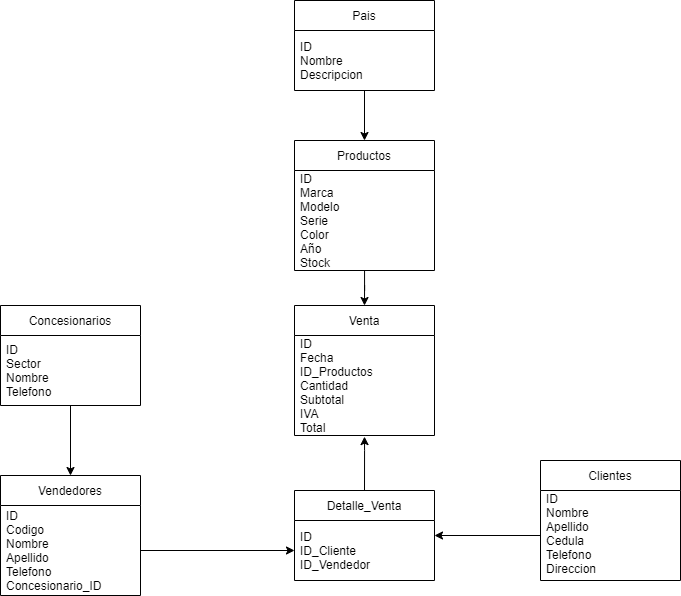
The draw.io diagram Venta.drawio.png in DxBaxterLu/Ventas, before a commit. Source tidied: cells renumbered, new cells last; positions are measured from the earlier drawing's top-left corner, leaving out a move shared by most shapes.
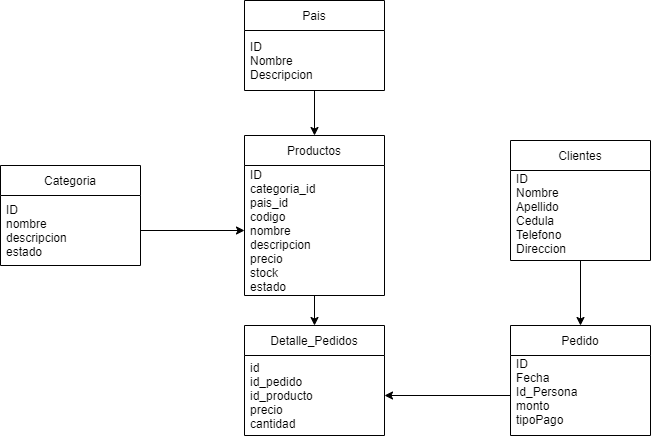
The same diagram one commit later.

Change to the diagram source:
```diff
@@ -11,61 +11,47 @@
     <mxCell id="4" value="ID&#10;Nombre&#10;Descripcion" style="text;strokeColor=none;fillColor=none;align=left;verticalAlign=middle;spacingLeft=4;spacingRight=4;overflow=hidden;" parent="3" vertex="1">
       <mxGeometry y="30" width="140" height="60" as="geometry" />
     </mxCell>
-    <mxCell id="5" style="edgeStyle=orthogonalEdgeStyle;rounded=0;jettySize=auto;html=1;entryX=0.5;entryY=0;entryDx=0;entryDy=0;" parent="1" edge="1" source="6" target="13">
-      <mxGeometry relative="1" as="geometry" />
-    </mxCell>
-    <mxCell id="6" value="Concesionarios" style="swimlane;fontStyle=0;horizontal=1;startSize=30;" parent="1" vertex="1">
-      <mxGeometry y="305" width="140" height="100" as="geometry" />
+    <mxCell id="6" value="Categoria" style="swimlane;fontStyle=0;horizontal=1;startSize=30;" parent="1" vertex="1">
+      <mxGeometry x="50" y="165" width="140" height="100" as="geometry" />
     </mxCell>
-    <mxCell id="7" value="ID&#10;Sector&#10;Nombre&#10;Telefono" style="text;strokeColor=none;fillColor=none;align=left;verticalAlign=middle;spacingLeft=4;spacingRight=4;overflow=hidden;points=[[0,0.5],[1,0.5]];portConstraint=eastwest;" parent="6" vertex="1">
+    <mxCell id="7" value="ID&#10;nombre&#10;descripcion&#10;estado" style="text;strokeColor=none;fillColor=none;align=left;verticalAlign=middle;spacingLeft=4;spacingRight=4;overflow=hidden;points=[[0,0.5],[1,0.5]];portConstraint=eastwest;" parent="6" vertex="1">
       <mxGeometry y="30" width="140" height="70" as="geometry" />
     </mxCell>
+    <mxCell id="22" style="edgeStyle=orthogonalEdgeStyle;rounded=0;jettySize=auto;html=1;entryX=0.5;entryY=0;entryDx=0;entryDy=0;" parent="1" edge="1" source="8" target="18">
+      <mxGeometry relative="1" as="geometry" />
+    </mxCell>
     <mxCell id="8" value="Clientes" style="swimlane;fontStyle=0;horizontal=1;startSize=30;" parent="1" vertex="1">
-      <mxGeometry x="540" y="460" width="140" height="120" as="geometry" />
+      <mxGeometry x="560" y="140" width="140" height="120" as="geometry" />
     </mxCell>
     <mxCell id="9" value="ID&#10;Nombre&#10;Apellido&#10;Cedula&#10;Telefono&#10;Direccion&#10;" style="text;strokeColor=none;fillColor=none;align=left;verticalAlign=middle;spacingLeft=4;spacingRight=4;overflow=hidden;points=[[0,0.5],[1,0.5]];portConstraint=eastwest;" parent="8" vertex="1">
       <mxGeometry y="30" width="140" height="90" as="geometry" />
     </mxCell>
-    <mxCell id="10" style="edgeStyle=orthogonalEdgeStyle;rounded=0;jettySize=auto;html=1;entryX=0.5;entryY=0;entryDx=0;entryDy=0;" parent="1" edge="1" source="11" target="18">
-      <mxGeometry relative="1" as="geometry" />
-    </mxCell>
+    <mxCell id="23" style="edgeStyle=orthogonalEdgeStyle;rounded=0;jettySize=auto;html=1;" parent="1" edge="1" source="11" target="16">
+      <mxGeometry relative="1" as="geometry" />
+    </mxCell>
     <mxCell id="11" value="Productos" style="swimlane;fontStyle=0;horizontal=1;startSize=30;" parent="1" vertex="1">
-      <mxGeometry x="294" y="140" width="140" height="130" as="geometry" />
+      <mxGeometry x="294" y="135" width="140" height="160" as="geometry" />
     </mxCell>
-    <mxCell id="12" value="ID&#10;Marca&#10;Modelo&#10;Serie&#10;Color&#10;Año&#10;Stock" style="text;strokeColor=none;fillColor=none;align=left;verticalAlign=middle;spacingLeft=4;spacingRight=4;overflow=hidden;points=[[0,0.5],[1,0.5]];portConstraint=eastwest;" parent="11" vertex="1">
-      <mxGeometry y="30" width="140" height="100" as="geometry" />
+    <mxCell id="12" value="ID&#10;categoria_id&#10;pais_id&#10;codigo&#10;nombre&#10;descripcion&#10;precio&#10;stock&#10;estado" style="text;strokeColor=none;fillColor=none;align=left;verticalAlign=middle;spacingLeft=4;spacingRight=4;overflow=hidden;points=[[0,0.5],[1,0.5]];portConstraint=eastwest;" parent="11" vertex="1">
+      <mxGeometry y="30" width="140" height="130" as="geometry" />
     </mxCell>
-    <mxCell id="13" value="Vendedores" style="swimlane;fontStyle=0;horizontal=1;startSize=30;" parent="1" vertex="1">
-      <mxGeometry y="475" width="140" height="120" as="geometry" />
-    </mxCell>
-    <mxCell id="14" value="ID&#10;Codigo&#10;Nombre&#10;Apellido&#10;Telefono&#10;Concesionario_ID" style="text;strokeColor=none;fillColor=none;align=left;verticalAlign=middle;spacingLeft=4;spacingRight=4;overflow=hidden;points=[[0,0.5],[1,0.5]];portConstraint=eastwest;" parent="13" vertex="1">
-      <mxGeometry y="30" width="140" height="90" as="geometry" />
-    </mxCell>
-    <mxCell id="15" style="edgeStyle=orthogonalEdgeStyle;rounded=0;jettySize=auto;html=1;exitX=0.5;exitY=0;exitDx=0;exitDy=0;entryX=0.5;entryY=1.011;entryDx=0;entryDy=0;entryPerimeter=0;" parent="1" edge="1" source="16" target="19">
-      <mxGeometry relative="1" as="geometry">
-        <Array as="points">
-          <mxPoint x="364" y="450" />
-          <mxPoint x="364" y="450" />
-        </Array>
-      </mxGeometry>
-    </mxCell>
-    <mxCell id="16" value="Detalle_Venta" style="swimlane;fontStyle=0;horizontal=1;startSize=30;" parent="1" vertex="1">
-      <mxGeometry x="294" y="490" width="140" height="90" as="geometry" />
+    <mxCell id="16" value="Detalle_Pedidos" style="swimlane;fontStyle=0;horizontal=1;startSize=30;" parent="1" vertex="1">
+      <mxGeometry x="294" y="325" width="140" height="110" as="geometry" />
     </mxCell>
-    <mxCell id="17" value="ID&#10;ID_Cliente&#10;ID_Vendedor" style="text;strokeColor=none;fillColor=none;align=left;verticalAlign=middle;spacingLeft=4;spacingRight=4;overflow=hidden;points=[[0,0.5],[1,0.5]];portConstraint=eastwest;" parent="16" vertex="1">
-      <mxGeometry y="30" width="140" height="60" as="geometry" />
+    <mxCell id="17" value="id&#10;id_pedido&#10;id_producto&#10;precio&#10;cantidad" style="text;strokeColor=none;fillColor=none;align=left;verticalAlign=middle;spacingLeft=4;spacingRight=4;overflow=hidden;points=[[0,0.5],[1,0.5]];portConstraint=eastwest;" parent="16" vertex="1">
+      <mxGeometry y="30" width="140" height="80" as="geometry" />
     </mxCell>
-    <mxCell id="18" value="Venta" style="swimlane;fontStyle=0;horizontal=1;startSize=30;" parent="1" vertex="1">
-      <mxGeometry x="294" y="305" width="140" height="130" as="geometry" />
+    <mxCell id="18" value="Pedido" style="swimlane;fontStyle=0;horizontal=1;startSize=30;" parent="1" vertex="1">
+      <mxGeometry x="560" y="325" width="140" height="110" as="geometry" />
     </mxCell>
-    <mxCell id="19" value="ID&#10;Fecha&#10;ID_Productos&#10;Cantidad&#10;Subtotal&#10;IVA&#10;Total" style="text;strokeColor=none;fillColor=none;align=left;verticalAlign=middle;spacingLeft=4;spacingRight=4;overflow=hidden;points=[[0,0.5],[1,0.5]];portConstraint=eastwest;" parent="18" vertex="1">
-      <mxGeometry y="30" width="140" height="100" as="geometry" />
+    <mxCell id="19" value="ID&#10;Fecha&#10;Id_Persona&#10;monto&#10;tipoPago&#10;" style="text;strokeColor=none;fillColor=none;align=left;verticalAlign=middle;spacingLeft=4;spacingRight=4;overflow=hidden;points=[[0,0.5],[1,0.5]];portConstraint=eastwest;" parent="18" vertex="1">
+      <mxGeometry y="30" width="140" height="80" as="geometry" />
     </mxCell>
-    <mxCell id="20" style="edgeStyle=orthogonalEdgeStyle;rounded=0;jettySize=auto;html=1;exitX=0;exitY=0.5;exitDx=0;exitDy=0;entryX=1;entryY=0.5;entryDx=0;entryDy=0;" parent="1" edge="1" source="9" target="16">
-      <mxGeometry relative="1" as="geometry" />
-    </mxCell>
-    <mxCell id="21" style="edgeStyle=orthogonalEdgeStyle;rounded=0;jettySize=auto;html=1;exitX=1;exitY=0.5;exitDx=0;exitDy=0;entryX=0;entryY=0.5;entryDx=0;entryDy=0;" parent="1" edge="1" source="14" target="17">
-      <mxGeometry relative="1" as="geometry" />
-    </mxCell>
+    <mxCell id="24" style="edgeStyle=orthogonalEdgeStyle;rounded=0;jettySize=auto;html=1;entryX=1;entryY=0.5;entryDx=0;entryDy=0;" parent="1" edge="1" source="19" target="17">
+      <mxGeometry relative="1" as="geometry" />
+    </mxCell>
+    <mxCell id="25" style="edgeStyle=orthogonalEdgeStyle;rounded=0;jettySize=auto;html=1;exitX=1;exitY=0.5;exitDx=0;exitDy=0;entryX=0;entryY=0.5;entryDx=0;entryDy=0;" parent="1" edge="1" source="7" target="12">
+      <mxGeometry relative="1" as="geometry" />
+    </mxCell>
   </root>
 </mxGraphModel>
```
